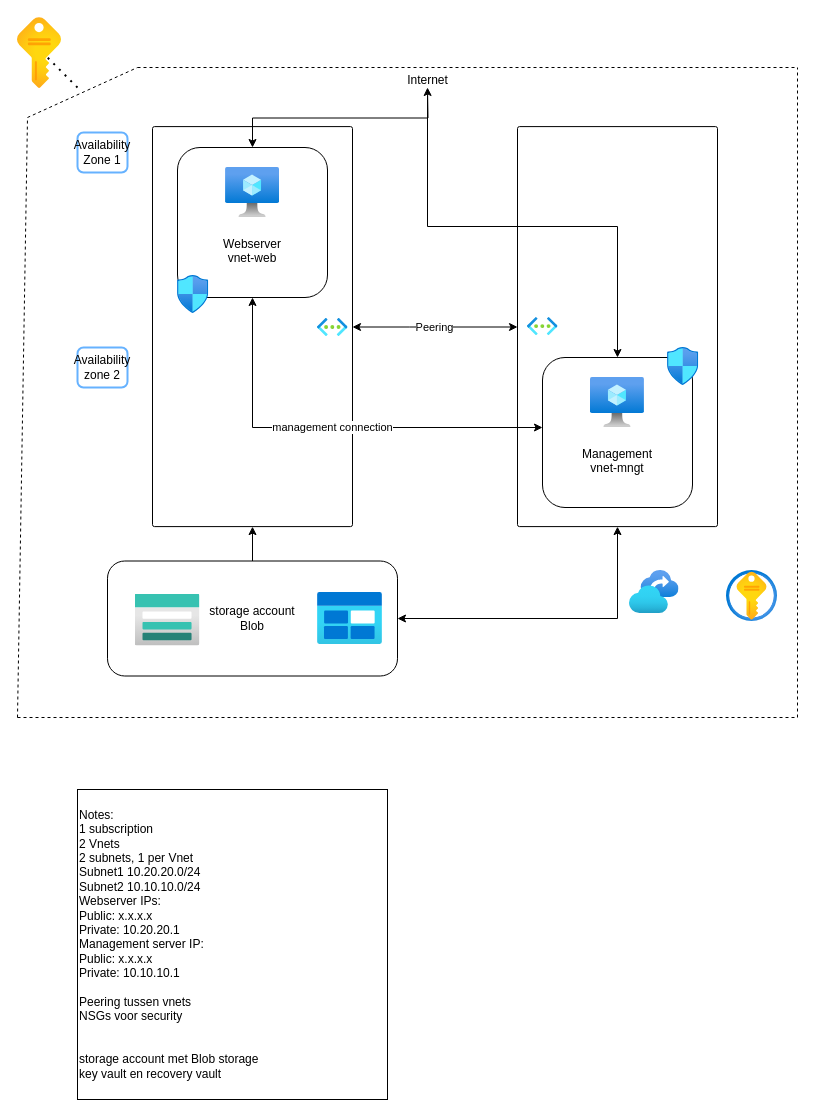
techgrounds/techgrounds-Jeroen-Immerzeel keeps this draw.io diagram as IaC assignments/diagram_PC11_v0.1.drawio. Above is the earlier version. Source tidied: cells renumbered, new cells numbered last; positions are measured from the earlier drawing's top-left corner, leaving out a move shared by most shapes. Both pictures are drawn from the tidied source at 100%, with x=0, y=0 at pixel (17, 17).
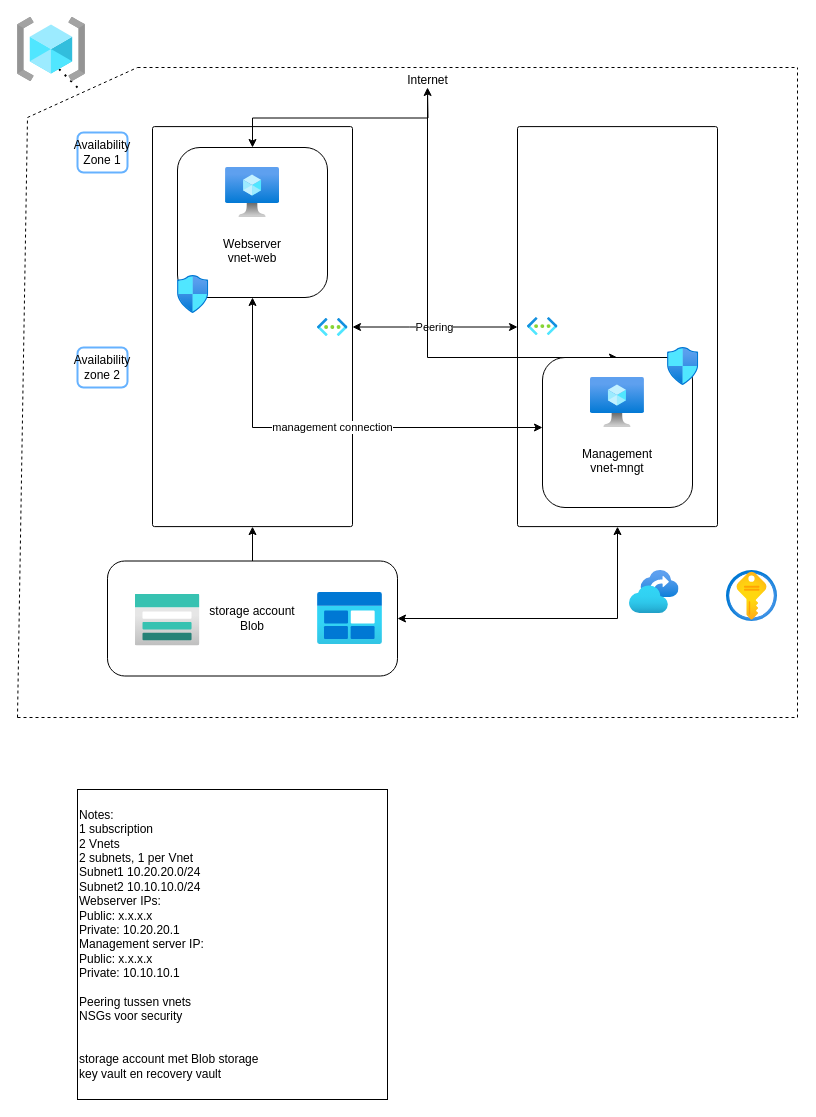
After the change.

The change refers to these unchanged cells:
```xml
<mxCell id="15" value="&lt;br&gt;&lt;br&gt;&lt;br&gt;&lt;br&gt;Management&lt;br&gt;vnet-mngt" style="rounded=1;whiteSpace=wrap;html=1;" parent="1" vertex="1">
  <mxGeometry x="525" y="340" width="150" height="150" as="geometry" />
</mxCell>
<mxCell id="31" value="Internet" style="text;html=1;align=center;verticalAlign=middle;points=[];strokeColor=none;fillColor=none;" parent="1" vertex="1">
  <mxGeometry x="380" y="48" width="60" height="30" as="geometry" />
</mxCell>
```

What changed in the source:
```diff
@@
     <mxCell id="14" style="edgeStyle=orthogonalEdgeStyle;rounded=0;jettySize=auto;html=1;exitX=0.5;exitY=0;exitDx=0;exitDy=0;startArrow=classic;startFill=1;endArrow=none;endFill=0;" parent="1" edge="1" source="15" target="31">
-      <mxGeometry relative="1" as="geometry" />
+      <mxGeometry relative="1" as="geometry">
+        <Array as="points">
+          <mxPoint x="410" y="340" />
+        </Array>
+      </mxGeometry>
     </mxCell>
@@
-    <mxCell id="22" style="image;html=1;align=center;fontSize=12;image=img/lib/azure2/general/Subscriptions.svg;" parent="1" vertex="1">
-      <mxGeometry width="44" height="71" as="geometry" />
-    </mxCell>
@@
+    <mxCell id="32" style="image;html=1;align=center;fontSize=12;image=img/lib/azure2/general/Resource_Groups.svg;" parent="1" vertex="1">
+      <mxGeometry width="68" height="64" as="geometry" />
+    </mxCell>
```
